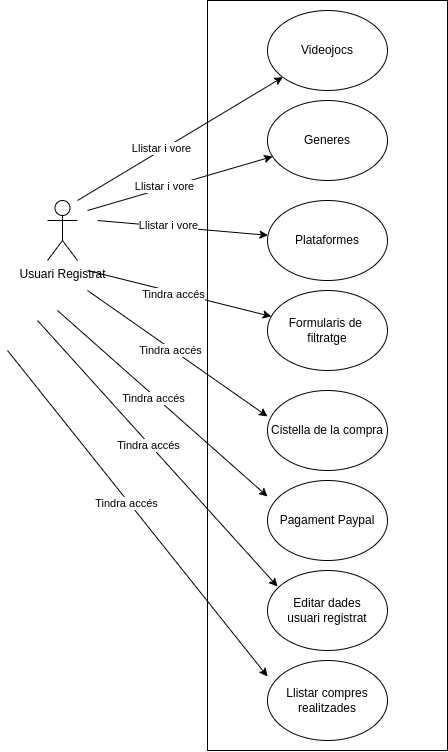
This is Casos us usuari logejat.png from badluckxiii/ProjecteFinalDocumentacioDAW, a draw.io export, as it was before one commit. Source tidied: cells renumbered, new cells last; positions are measured from the earlier drawing's top-left corner, leaving out a move shared by most shapes.
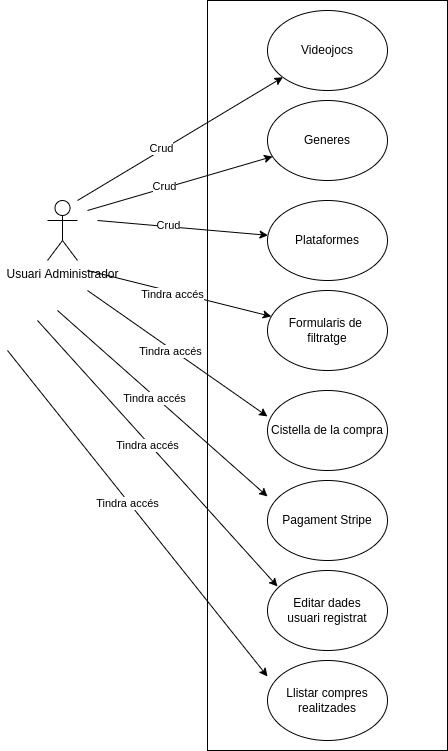
The same diagram one commit later.

What changed in the source:
```diff
@@ -2,7 +2,7 @@
   <root>
     <mxCell id="0" />
     <mxCell id="1" parent="0" />
-    <mxCell id="2" value="Usuari Registrat" style="shape=umlActor;verticalLabelPosition=bottom;verticalAlign=top;html=1;" parent="1" vertex="1">
+    <mxCell id="2" value="Usuari Administrador" style="shape=umlActor;verticalLabelPosition=bottom;verticalAlign=top;html=1;" parent="1" vertex="1">
       <mxGeometry x="40" y="200" width="30" height="60" as="geometry" />
     </mxCell>
     <mxCell id="3" style="rounded=0;whiteSpace=wrap;html=1;" parent="1" vertex="1">
@@ -22,7 +22,7 @@
         <mxPoint x="70" y="200" as="sourcePoint" />
       </mxGeometry>
     </mxCell>
-    <mxCell id="8" value="Llistar i vore" style="edgeLabel;html=1;align=center;verticalAlign=middle;" parent="7" vertex="1">
+    <mxCell id="8" value="Crud" style="edgeLabel;html=1;align=center;verticalAlign=middle;" parent="7" vertex="1">
       <mxGeometry x="-0.17" y="2" relative="1" as="geometry" />
     </mxCell>
     <mxCell id="9" style="endArrow=classic;html=1;rounded=0;" parent="1" edge="1" target="5">
@@ -30,7 +30,7 @@
         <mxPoint x="80" y="210" as="sourcePoint" />
       </mxGeometry>
     </mxCell>
-    <mxCell id="10" value="&lt;span style=&quot;color: rgb(0, 0, 0); font-family: Helvetica; font-size: 11px; font-style: normal; font-variant-ligatures: normal; font-variant-caps: normal; font-weight: 400; letter-spacing: normal; orphans: 2; text-align: center; text-indent: 0px; text-transform: none; widows: 2; word-spacing: 0px; -webkit-text-stroke-width: 0px; background-color: rgb(255, 255, 255); text-decoration-thickness: initial; text-decoration-style: initial; text-decoration-color: initial; float: none; display: inline !important;&quot;&gt;Llistar i vore&lt;/span&gt;" style="edgeLabel;html=1;align=center;verticalAlign=middle;" parent="9" vertex="1">
+    <mxCell id="10" value="&lt;span style=&quot;color: rgb(0, 0, 0); font-family: Helvetica; font-size: 11px; font-style: normal; font-variant-ligatures: normal; font-variant-caps: normal; font-weight: 400; letter-spacing: normal; orphans: 2; text-align: center; text-indent: 0px; text-transform: none; widows: 2; word-spacing: 0px; -webkit-text-stroke-width: 0px; background-color: rgb(255, 255, 255); text-decoration-thickness: initial; text-decoration-style: initial; text-decoration-color: initial; float: none; display: inline !important;&quot;&gt;Crud&lt;/span&gt;" style="edgeLabel;html=1;align=center;verticalAlign=middle;" parent="9" vertex="1">
       <mxGeometry x="-0.17" y="2" relative="1" as="geometry" />
     </mxCell>
     <mxCell id="11" style="endArrow=classic;html=1;rounded=0;" parent="1" edge="1" target="6">
@@ -38,7 +38,7 @@
         <mxPoint x="90" y="220" as="sourcePoint" />
       </mxGeometry>
     </mxCell>
-    <mxCell id="12" value="&lt;span style=&quot;color: rgb(0, 0, 0); font-family: Helvetica; font-size: 11px; font-style: normal; font-variant-ligatures: normal; font-variant-caps: normal; font-weight: 400; letter-spacing: normal; orphans: 2; text-align: center; text-indent: 0px; text-transform: none; widows: 2; word-spacing: 0px; -webkit-text-stroke-width: 0px; background-color: rgb(255, 255, 255); text-decoration-thickness: initial; text-decoration-style: initial; text-decoration-color: initial; float: none; display: inline !important;&quot;&gt;Llistar i vore&lt;/span&gt;" style="edgeLabel;html=1;align=center;verticalAlign=middle;" parent="11" vertex="1">
+    <mxCell id="12" value="&lt;span style=&quot;color: rgb(0, 0, 0); font-family: Helvetica; font-size: 11px; font-style: normal; font-variant-ligatures: normal; font-variant-caps: normal; font-weight: 400; letter-spacing: normal; orphans: 2; text-align: center; text-indent: 0px; text-transform: none; widows: 2; word-spacing: 0px; -webkit-text-stroke-width: 0px; background-color: rgb(255, 255, 255); text-decoration-thickness: initial; text-decoration-style: initial; text-decoration-color: initial; float: none; display: inline !important;&quot;&gt;Crud&lt;/span&gt;" style="edgeLabel;html=1;align=center;verticalAlign=middle;" parent="11" vertex="1">
       <mxGeometry x="-0.17" y="2" relative="1" as="geometry" />
     </mxCell>
     <mxCell id="13" value="Formularis de &lt;br&gt;filtratge" style="ellipse;whiteSpace=wrap;html=1;" parent="1" vertex="1">
@@ -55,7 +55,7 @@
     <mxCell id="16" value="Cistella de la compra" style="ellipse;whiteSpace=wrap;html=1;" parent="1" vertex="1">
       <mxGeometry x="260" y="390" width="120" height="80" as="geometry" />
     </mxCell>
-    <mxCell id="17" value="Pagament Paypal" style="ellipse;whiteSpace=wrap;html=1;" parent="1" vertex="1">
+    <mxCell id="17" value="Pagament Stripe" style="ellipse;whiteSpace=wrap;html=1;" parent="1" vertex="1">
       <mxGeometry x="260" y="480" width="120" height="80" as="geometry" />
     </mxCell>
     <mxCell id="18" value="Editar dades&lt;br&gt;usuari registrat" style="ellipse;whiteSpace=wrap;html=1;" parent="1" vertex="1">
```
